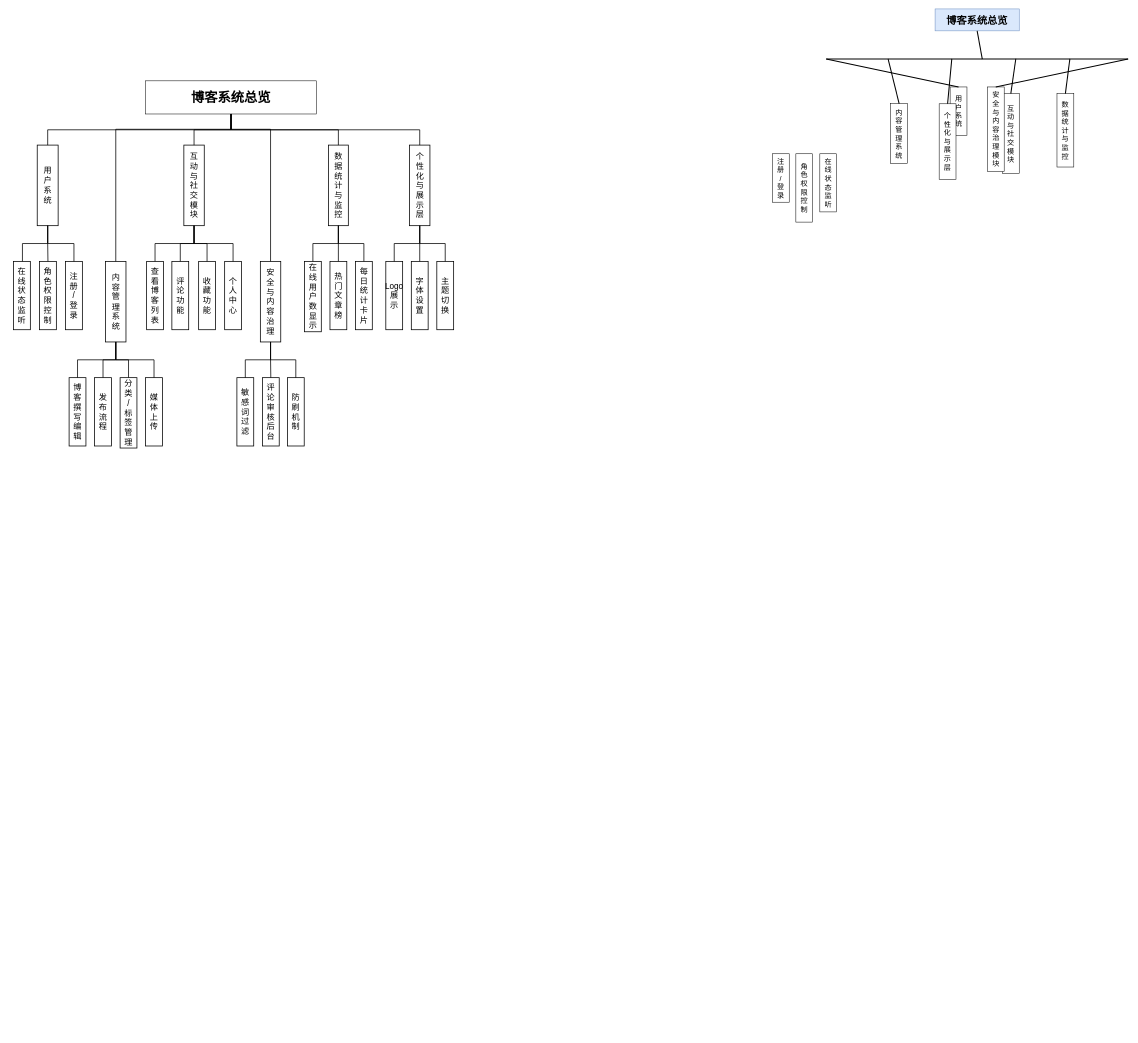
This is xingji_blog_website.drawio from xingji-i/web_service_projects, a draw.io file, before an edit. Source tidied: cells renumbered, new cells numbered last; positions are measured from the earlier drawing's top-left corner, leaving out a move shared by most shapes. Both pictures are drawn from the tidied source at 51%, with x=0, y=0 at pixel (13, 9).
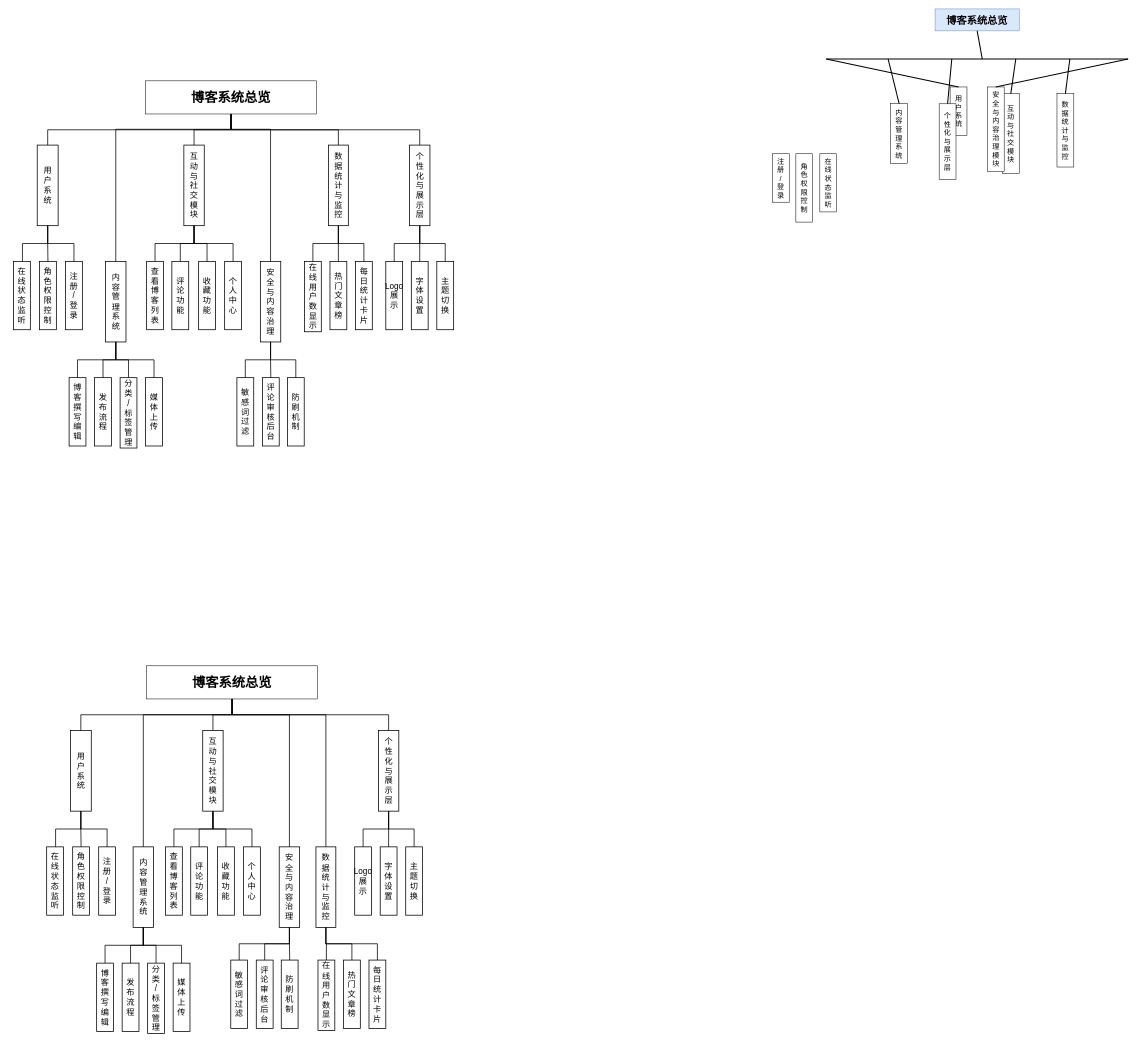
After the change.

Change to the diagram source:
```diff
@@
+    <mxCell id="77" value="&lt;font style=&quot;font-size: 26px;&quot;&gt;&lt;b style=&quot;&quot;&gt;博客系统总览&lt;/b&gt;&lt;/font&gt;" style="rounded=0;whiteSpace=wrap;html=1;fillStyle=auto;" parent="1" vertex="1">
+      <mxGeometry x="261" y="1288" width="335" height="65" as="geometry" />
+    </mxCell>
+    <mxCell id="78" value="&lt;font&gt;用&lt;/font&gt;&lt;div&gt;&lt;font&gt;户&lt;/font&gt;&lt;/div&gt;&lt;div&gt;&lt;font&gt;系&lt;/font&gt;&lt;/div&gt;&lt;div&gt;&lt;font&gt;统&lt;/font&gt;&lt;/div&gt;" style="rounded=0;whiteSpace=wrap;html=1;align=center;strokeWidth=1.5;fontSize=16;" parent="1" vertex="1">
+      <mxGeometry x="111.5" y="1415" width="41" height="158" as="geometry" />
+    </mxCell>
+    <mxCell id="79" value="&lt;span&gt;内&lt;/span&gt;&lt;div&gt;&lt;span&gt;容&lt;/span&gt;&lt;/div&gt;&lt;div&gt;&lt;span&gt;管&lt;/span&gt;&lt;/div&gt;&lt;div&gt;&lt;span&gt;理&lt;/span&gt;&lt;/div&gt;&lt;div&gt;&lt;span&gt;系&lt;/span&gt;&lt;/div&gt;&lt;div&gt;&lt;span&gt;统&lt;/span&gt;&lt;/div&gt;" style="rounded=0;whiteSpace=wrap;html=1;align=center;strokeWidth=1.5;fontSize=16;" parent="1" vertex="1">
+      <mxGeometry x="234.5" y="1643" width="40" height="158" as="geometry" />
+    </mxCell>
+    <mxCell id="80" value="&lt;span&gt;互&lt;/span&gt;&lt;div&gt;&lt;span&gt;动&lt;/span&gt;&lt;/div&gt;&lt;div&gt;&lt;span&gt;与&lt;/span&gt;&lt;/div&gt;&lt;div&gt;&lt;span&gt;社&lt;/span&gt;&lt;/div&gt;&lt;div&gt;&lt;span&gt;交&lt;/span&gt;&lt;/div&gt;&lt;div&gt;&lt;span&gt;模&lt;/span&gt;&lt;/div&gt;&lt;div&gt;&lt;span&gt;块&lt;/span&gt;&lt;/div&gt;" style="rounded=0;whiteSpace=wrap;html=1;align=center;strokeWidth=1.5;fontSize=16;" parent="1" vertex="1">
+      <mxGeometry x="371" y="1415" width="40" height="158" as="geometry" />
+    </mxCell>
+    <mxCell id="81" value="&lt;span&gt;安&lt;/span&gt;&lt;div&gt;&lt;span&gt;全&lt;/span&gt;&lt;/div&gt;&lt;div&gt;&lt;span&gt;与&lt;/span&gt;&lt;/div&gt;&lt;div&gt;&lt;span&gt;内&lt;/span&gt;&lt;/div&gt;&lt;div&gt;&lt;span&gt;容&lt;/span&gt;&lt;/div&gt;&lt;div&gt;&lt;span&gt;治&lt;/span&gt;&lt;/div&gt;&lt;div&gt;&lt;span&gt;理&lt;/span&gt;&lt;/div&gt;" style="rounded=0;whiteSpace=wrap;html=1;align=center;strokeWidth=1.5;fontSize=16;" parent="1" vertex="1">
+      <mxGeometry x="521" y="1643" width="40" height="158" as="geometry" />
+    </mxCell>
+    <mxCell id="82" value="&lt;span&gt;在&lt;/span&gt;&lt;div&gt;&lt;span&gt;线&lt;/span&gt;&lt;/div&gt;&lt;div&gt;&lt;span&gt;状&lt;/span&gt;&lt;/div&gt;&lt;div&gt;&lt;span&gt;态&lt;/span&gt;&lt;/div&gt;&lt;div&gt;&lt;span&gt;监&lt;/span&gt;&lt;/div&gt;&lt;div&gt;&lt;span&gt;听&lt;/span&gt;&lt;/div&gt;" style="rounded=0;whiteSpace=wrap;html=1;align=center;strokeWidth=1.5;fontSize=16;" parent="1" vertex="1">
+      <mxGeometry x="65" y="1643" width="33" height="134" as="geometry" />
+    </mxCell>
+    <mxCell id="83" value="&lt;span&gt;角&lt;/span&gt;&lt;div&gt;&lt;span&gt;色&lt;/span&gt;&lt;/div&gt;&lt;div&gt;&lt;span&gt;权&lt;/span&gt;&lt;/div&gt;&lt;div&gt;&lt;span&gt;限&lt;/span&gt;&lt;/div&gt;&lt;div&gt;&lt;span&gt;控&lt;/span&gt;&lt;/div&gt;&lt;div&gt;&lt;span&gt;制&lt;/span&gt;&lt;/div&gt;" style="rounded=0;whiteSpace=wrap;html=1;align=center;strokeWidth=1.5;fontSize=16;" parent="1" vertex="1">
+      <mxGeometry x="116" y="1643" width="33" height="134" as="geometry" />
+    </mxCell>
+    <mxCell id="84" value="&lt;span&gt;数&lt;/span&gt;&lt;div&gt;&lt;span&gt;据&lt;/span&gt;&lt;/div&gt;&lt;div&gt;&lt;span&gt;统&lt;/span&gt;&lt;/div&gt;&lt;div&gt;&lt;span&gt;计&lt;/span&gt;&lt;/div&gt;&lt;div&gt;&lt;span&gt;与&lt;/span&gt;&lt;/div&gt;&lt;div&gt;&lt;span&gt;监&lt;/span&gt;&lt;/div&gt;&lt;div&gt;&lt;span&gt;控&lt;/span&gt;&lt;/div&gt;" style="rounded=0;whiteSpace=wrap;html=1;align=center;strokeWidth=1.5;fontSize=16;" parent="1" vertex="1">
+      <mxGeometry x="593" y="1643" width="39" height="158" as="geometry" />
+    </mxCell>
+    <mxCell id="85" value="&lt;span&gt;注&lt;/span&gt;&lt;div&gt;&lt;span&gt;册&lt;/span&gt;&lt;/div&gt;&lt;div&gt;&lt;span&gt;/&lt;/span&gt;&lt;/div&gt;&lt;div&gt;&lt;span&gt;登&lt;/span&gt;&lt;/div&gt;&lt;div&gt;&lt;span&gt;录&lt;/span&gt;&lt;/div&gt;" style="rounded=0;whiteSpace=wrap;html=1;align=center;strokeWidth=1.5;fontSize=16;" parent="1" vertex="1">
+      <mxGeometry x="167" y="1643" width="33" height="134" as="geometry" />
+    </mxCell>
+    <mxCell id="86" value="&lt;span&gt;博&lt;/span&gt;&lt;div&gt;&lt;span&gt;客&lt;/span&gt;&lt;/div&gt;&lt;div&gt;&lt;span&gt;撰&lt;/span&gt;&lt;/div&gt;&lt;div&gt;&lt;span&gt;写&lt;/span&gt;&lt;/div&gt;&lt;div&gt;&lt;span&gt;编&lt;/span&gt;&lt;/div&gt;&lt;div&gt;&lt;span&gt;辑&lt;/span&gt;&lt;/div&gt;" style="rounded=0;whiteSpace=wrap;html=1;align=center;strokeWidth=1.5;fontSize=16;" parent="1" vertex="1">
+      <mxGeometry x="163" y="1871" width="33" height="134" as="geometry" />
+    </mxCell>
+    <mxCell id="87" value="&lt;span&gt;个&lt;/span&gt;&lt;div&gt;&lt;span&gt;性&lt;/span&gt;&lt;/div&gt;&lt;div&gt;&lt;span&gt;化&lt;/span&gt;&lt;/div&gt;&lt;div&gt;&lt;span&gt;与&lt;/span&gt;&lt;/div&gt;&lt;div&gt;&lt;span&gt;展&lt;/span&gt;&lt;/div&gt;&lt;div&gt;&lt;span&gt;示&lt;/span&gt;&lt;/div&gt;&lt;div&gt;&lt;span&gt;层&lt;/span&gt;&lt;/div&gt;" style="rounded=0;whiteSpace=wrap;html=1;align=center;strokeWidth=1.5;fontSize=16;" parent="1" vertex="1">
+      <mxGeometry x="715.5" y="1415" width="40" height="158" as="geometry" />
+    </mxCell>
+    <mxCell id="88" style="edgeStyle=none;curved=1;rounded=0;orthogonalLoop=1;jettySize=auto;html=1;exitX=0;exitY=0.5;exitDx=0;exitDy=0;fontSize=16;startSize=8;endSize=8;strokeWidth=1.5;" parent="1" edge="1" source="82" target="82">
+      <mxGeometry relative="1" as="geometry" />
+    </mxCell>
+    <mxCell id="89" value="&lt;span&gt;发&lt;/span&gt;&lt;div&gt;&lt;span&gt;布&lt;/span&gt;&lt;/div&gt;&lt;div&gt;&lt;span&gt;流&lt;/span&gt;&lt;/div&gt;&lt;div&gt;&lt;span&gt;程&lt;/span&gt;&lt;/div&gt;" style="rounded=0;whiteSpace=wrap;html=1;align=center;strokeWidth=1.5;fontSize=16;" parent="1" vertex="1">
+      <mxGeometry x="213" y="1871" width="33" height="134" as="geometry" />
+    </mxCell>
+    <mxCell id="90" value="&lt;span&gt;分&lt;/span&gt;&lt;div&gt;&lt;span&gt;类&lt;/span&gt;&lt;/div&gt;&lt;div&gt;&lt;span&gt;/&lt;/span&gt;&lt;/div&gt;&lt;div&gt;&lt;span&gt;标&lt;/span&gt;&lt;/div&gt;&lt;div&gt;&lt;span&gt;签&lt;/span&gt;&lt;/div&gt;&lt;div&gt;&lt;span&gt;管&lt;/span&gt;&lt;/div&gt;&lt;div&gt;&lt;span&gt;理&lt;/span&gt;&lt;/div&gt;" style="rounded=0;whiteSpace=wrap;html=1;align=center;strokeWidth=1.5;fontSize=16;" parent="1" vertex="1">
+      <mxGeometry x="263" y="1871" width="33" height="138" as="geometry" />
+    </mxCell>
+    <mxCell id="91" value="&lt;span&gt;媒&lt;/span&gt;&lt;div&gt;&lt;span&gt;体&lt;/span&gt;&lt;/div&gt;&lt;div&gt;&lt;span&gt;上&lt;/span&gt;&lt;/div&gt;&lt;div&gt;&lt;span&gt;传&lt;/span&gt;&lt;/div&gt;" style="rounded=0;whiteSpace=wrap;html=1;align=center;strokeWidth=1.5;fontSize=16;" parent="1" vertex="1">
+      <mxGeometry x="313" y="1871" width="33" height="134" as="geometry" />
+    </mxCell>
+    <mxCell id="92" value="&lt;span&gt;在&lt;/span&gt;&lt;div&gt;&lt;span&gt;线&lt;/span&gt;&lt;/div&gt;&lt;div&gt;&lt;span&gt;用&lt;/span&gt;&lt;/div&gt;&lt;div&gt;&lt;span&gt;户&lt;/span&gt;&lt;/div&gt;&lt;div&gt;&lt;span&gt;数&lt;/span&gt;&lt;/div&gt;&lt;div&gt;&lt;span&gt;显&lt;/span&gt;&lt;/div&gt;&lt;div&gt;&lt;span&gt;示&lt;/span&gt;&lt;/div&gt;" style="rounded=0;whiteSpace=wrap;html=1;align=center;strokeWidth=1.5;fontSize=16;" parent="1" vertex="1">
+      <mxGeometry x="597" y="1865" width="33" height="138" as="geometry" />
+    </mxCell>
+    <mxCell id="93" value="&lt;span&gt;热&lt;/span&gt;&lt;div&gt;&lt;span&gt;门&lt;/span&gt;&lt;/div&gt;&lt;div&gt;&lt;span&gt;文&lt;/span&gt;&lt;/div&gt;&lt;div&gt;&lt;span&gt;章&lt;/span&gt;&lt;/div&gt;&lt;div&gt;&lt;span&gt;榜&lt;/span&gt;&lt;/div&gt;" style="rounded=0;whiteSpace=wrap;html=1;align=center;strokeWidth=1.5;fontSize=16;" parent="1" vertex="1">
+      <mxGeometry x="647" y="1865" width="33" height="134" as="geometry" />
+    </mxCell>
+    <mxCell id="94" value="&lt;span&gt;每&lt;/span&gt;&lt;div&gt;&lt;span&gt;日&lt;/span&gt;&lt;/div&gt;&lt;div&gt;&lt;span&gt;统&lt;/span&gt;&lt;/div&gt;&lt;div&gt;&lt;span&gt;计&lt;/span&gt;&lt;/div&gt;&lt;div&gt;&lt;span&gt;卡&lt;/span&gt;&lt;/div&gt;&lt;div&gt;&lt;span&gt;片&lt;/span&gt;&lt;/div&gt;" style="rounded=0;whiteSpace=wrap;html=1;align=center;strokeWidth=1.5;fontSize=16;" parent="1" vertex="1">
+      <mxGeometry x="697" y="1865" width="33" height="134" as="geometry" />
+    </mxCell>
+    <mxCell id="95" value="&lt;span&gt;敏&lt;/span&gt;&lt;div&gt;&lt;span&gt;感&lt;/span&gt;&lt;/div&gt;&lt;div&gt;&lt;span&gt;词&lt;/span&gt;&lt;/div&gt;&lt;div&gt;&lt;span&gt;过&lt;/span&gt;&lt;/div&gt;&lt;div&gt;&lt;span&gt;滤&lt;/span&gt;&lt;/div&gt;" style="rounded=0;whiteSpace=wrap;html=1;align=center;strokeWidth=1.5;fontSize=16;" parent="1" vertex="1">
+      <mxGeometry x="426" y="1865" width="33" height="134" as="geometry" />
+    </mxCell>
+    <mxCell id="96" style="edgeStyle=none;curved=1;rounded=0;orthogonalLoop=1;jettySize=auto;html=1;exitX=0;exitY=0.5;exitDx=0;exitDy=0;fontSize=16;startSize=8;endSize=8;strokeWidth=1.5;" parent="1" edge="1" source="92" target="92">
+      <mxGeometry relative="1" as="geometry" />
+    </mxCell>
+    <mxCell id="97" value="&lt;span&gt;评&lt;/span&gt;&lt;div&gt;&lt;span&gt;论&lt;/span&gt;&lt;/div&gt;&lt;div&gt;&lt;span&gt;审&lt;/span&gt;&lt;/div&gt;&lt;div&gt;&lt;span&gt;核&lt;/span&gt;&lt;/div&gt;&lt;div&gt;&lt;span&gt;后&lt;/span&gt;&lt;/div&gt;&lt;div&gt;&lt;span&gt;台&lt;/span&gt;&lt;/div&gt;" style="rounded=0;whiteSpace=wrap;html=1;align=center;strokeWidth=1.5;fontSize=16;" parent="1" vertex="1">
+      <mxGeometry x="476" y="1865" width="33" height="134" as="geometry" />
+    </mxCell>
+    <mxCell id="98" value="&lt;span&gt;防&lt;/span&gt;&lt;div&gt;&lt;span&gt;刷&lt;/span&gt;&lt;/div&gt;&lt;div&gt;&lt;span&gt;机&lt;/span&gt;&lt;/div&gt;&lt;div&gt;&lt;span&gt;制&lt;/span&gt;&lt;/div&gt;" style="rounded=0;whiteSpace=wrap;html=1;align=center;strokeWidth=1.5;fontSize=16;" parent="1" vertex="1">
+      <mxGeometry x="525" y="1865" width="33" height="134" as="geometry" />
+    </mxCell>
+    <mxCell id="99" value="&lt;span&gt;Logo&lt;/span&gt;&lt;div&gt;&lt;span&gt;展&lt;/span&gt;&lt;/div&gt;&lt;div&gt;&lt;span&gt;示&lt;/span&gt;&lt;/div&gt;" style="rounded=0;whiteSpace=wrap;html=1;align=center;strokeWidth=1.5;fontSize=16;" parent="1" vertex="1">
+      <mxGeometry x="669" y="1643" width="33" height="134" as="geometry" />
+    </mxCell>
+    <mxCell id="100" value="&lt;span&gt;字&lt;/span&gt;&lt;div&gt;&lt;span&gt;体&lt;/span&gt;&lt;/div&gt;&lt;div&gt;&lt;span&gt;设&lt;/span&gt;&lt;/div&gt;&lt;div&gt;&lt;span&gt;置&lt;/span&gt;&lt;/div&gt;" style="rounded=0;whiteSpace=wrap;html=1;align=center;strokeWidth=1.5;fontSize=16;" parent="1" vertex="1">
+      <mxGeometry x="719" y="1643" width="33" height="134" as="geometry" />
+    </mxCell>
+    <mxCell id="101" value="&lt;span&gt;主&lt;/span&gt;&lt;div&gt;&lt;span&gt;题&lt;/span&gt;&lt;/div&gt;&lt;div&gt;&lt;span&gt;切&lt;/span&gt;&lt;/div&gt;&lt;div&gt;&lt;span&gt;换&lt;/span&gt;&lt;/div&gt;" style="rounded=0;whiteSpace=wrap;html=1;align=center;strokeWidth=1.5;fontSize=16;" parent="1" vertex="1">
+      <mxGeometry x="769" y="1643" width="33" height="134" as="geometry" />
+    </mxCell>
+    <mxCell id="102" value="&lt;span&gt;查&lt;/span&gt;&lt;div&gt;&lt;span&gt;看&lt;/span&gt;&lt;/div&gt;&lt;div&gt;&lt;span&gt;博&lt;/span&gt;&lt;/div&gt;&lt;div&gt;&lt;span&gt;客&lt;/span&gt;&lt;/div&gt;&lt;div&gt;&lt;span&gt;列&lt;/span&gt;&lt;/div&gt;&lt;div&gt;&lt;span&gt;表&lt;/span&gt;&lt;/div&gt;" style="rounded=0;whiteSpace=wrap;html=1;align=center;strokeWidth=1.5;fontSize=16;" parent="1" vertex="1">
+      <mxGeometry x="298" y="1643" width="33" height="134" as="geometry" />
+    </mxCell>
+    <mxCell id="103" style="edgeStyle=none;curved=1;rounded=0;orthogonalLoop=1;jettySize=auto;html=1;exitX=0;exitY=0.5;exitDx=0;exitDy=0;fontSize=16;startSize=8;endSize=8;strokeWidth=1.5;" parent="1" edge="1" source="99" target="99">
+      <mxGeometry relative="1" as="geometry" />
+    </mxCell>
+    <mxCell id="104" value="&lt;span&gt;评&lt;/span&gt;&lt;div&gt;&lt;span&gt;论&lt;/span&gt;&lt;/div&gt;&lt;div&gt;&lt;span&gt;功&lt;/span&gt;&lt;/div&gt;&lt;div&gt;&lt;span&gt;能&lt;/span&gt;&lt;/div&gt;" style="rounded=0;whiteSpace=wrap;html=1;align=center;strokeWidth=1.5;fontSize=16;" parent="1" vertex="1">
+      <mxGeometry x="347.5" y="1643" width="33" height="134" as="geometry" />
+    </mxCell>
+    <mxCell id="105" value="&lt;span&gt;收&lt;/span&gt;&lt;div&gt;&lt;span&gt;藏&lt;/span&gt;&lt;/div&gt;&lt;div&gt;&lt;span&gt;功&lt;/span&gt;&lt;/div&gt;&lt;div&gt;&lt;span&gt;能&lt;/span&gt;&lt;/div&gt;" style="rounded=0;whiteSpace=wrap;html=1;align=center;strokeWidth=1.5;fontSize=16;" parent="1" vertex="1">
+      <mxGeometry x="400" y="1643" width="33" height="134" as="geometry" />
+    </mxCell>
+    <mxCell id="106" value="&lt;span&gt;个&lt;/span&gt;&lt;div&gt;&lt;span&gt;人&lt;/span&gt;&lt;/div&gt;&lt;div&gt;&lt;span&gt;中&lt;/span&gt;&lt;/div&gt;&lt;div&gt;&lt;span&gt;心&lt;/span&gt;&lt;/div&gt;" style="rounded=0;whiteSpace=wrap;html=1;align=center;strokeWidth=1.5;fontSize=16;" parent="1" vertex="1">
+      <mxGeometry x="451" y="1643" width="33" height="134" as="geometry" />
+    </mxCell>
+    <mxCell id="107" style="edgeStyle=elbowEdgeStyle;elbow=vertical;endArrow=none;html=1;curved=0;rounded=0;endSize=8;startSize=8;fontSize=16;exitX=0.5;exitY=1;exitDx=0;exitDy=0;entryX=0.5;entryY=0;entryDx=0;entryDy=0;endFill=0;strokeWidth=1.5;" parent="1" edge="1" source="78" target="85">
+      <mxGeometry relative="1" as="geometry" />
+    </mxCell>
+    <mxCell id="108" style="edgeStyle=elbowEdgeStyle;elbow=vertical;endArrow=none;html=1;curved=0;rounded=0;endSize=8;startSize=8;fontSize=16;exitX=0.5;exitY=1;exitDx=0;exitDy=0;entryX=0.5;entryY=0;entryDx=0;entryDy=0;endFill=0;strokeWidth=1.5;" parent="1" edge="1" source="78" target="83">
+      <mxGeometry relative="1" as="geometry" />
+    </mxCell>
+    <mxCell id="109" style="edgeStyle=elbowEdgeStyle;elbow=vertical;endArrow=none;html=1;curved=0;rounded=0;endSize=8;startSize=8;fontSize=16;exitX=0.5;exitY=1;exitDx=0;exitDy=0;entryX=0.5;entryY=0;entryDx=0;entryDy=0;endFill=0;strokeWidth=1.5;" parent="1" edge="1" source="78">
+      <mxGeometry relative="1" as="geometry">
+        <mxPoint x="82.5" y="1643" as="targetPoint" />
+      </mxGeometry>
+    </mxCell>
+    <mxCell id="110" style="edgeStyle=elbowEdgeStyle;elbow=vertical;endArrow=none;html=1;curved=0;rounded=0;endSize=8;startSize=8;fontSize=16;exitX=0.5;exitY=1;exitDx=0;exitDy=0;entryX=0.5;entryY=0;entryDx=0;entryDy=0;endFill=0;strokeWidth=1.5;" parent="1" edge="1" source="79" target="86">
+      <mxGeometry relative="1" as="geometry" />
+    </mxCell>
+    <mxCell id="111" style="edgeStyle=elbowEdgeStyle;elbow=vertical;endArrow=none;html=1;curved=0;rounded=0;endSize=8;startSize=8;fontSize=16;exitX=0.5;exitY=1;exitDx=0;exitDy=0;entryX=0.5;entryY=0;entryDx=0;entryDy=0;endFill=0;strokeWidth=1.5;" parent="1" edge="1" source="79" target="89">
+      <mxGeometry relative="1" as="geometry" />
+    </mxCell>
+    <mxCell id="112" style="edgeStyle=elbowEdgeStyle;elbow=vertical;endArrow=none;html=1;curved=0;rounded=0;endSize=8;startSize=8;fontSize=16;exitX=0.5;exitY=1;exitDx=0;exitDy=0;entryX=0.5;entryY=0;entryDx=0;entryDy=0;endFill=0;strokeWidth=1.5;" parent="1" edge="1" source="79" target="90">
+      <mxGeometry relative="1" as="geometry" />
+    </mxCell>
+    <mxCell id="113" style="edgeStyle=elbowEdgeStyle;elbow=vertical;endArrow=none;html=1;curved=0;rounded=0;endSize=8;startSize=8;fontSize=16;exitX=0.5;exitY=1;exitDx=0;exitDy=0;entryX=0.5;entryY=0;entryDx=0;entryDy=0;endFill=0;strokeWidth=1.5;" parent="1" edge="1" source="79" target="91">
+      <mxGeometry relative="1" as="geometry" />
+    </mxCell>
+    <mxCell id="114" style="edgeStyle=elbowEdgeStyle;elbow=vertical;endArrow=none;html=1;curved=0;rounded=0;endSize=8;startSize=8;fontSize=16;exitX=0.5;exitY=1;exitDx=0;exitDy=0;entryX=0.5;entryY=0;entryDx=0;entryDy=0;strokeWidth=1.5;endFill=0;" parent="1" edge="1" source="87" target="101">
+      <mxGeometry relative="1" as="geometry" />
+    </mxCell>
+    <mxCell id="115" style="edgeStyle=elbowEdgeStyle;elbow=vertical;endArrow=none;html=1;curved=0;rounded=0;endSize=8;startSize=8;fontSize=16;exitX=0.5;exitY=1;exitDx=0;exitDy=0;entryX=0.5;entryY=0;entryDx=0;entryDy=0;strokeWidth=1.5;endFill=0;" parent="1" edge="1" source="87" target="100">
+      <mxGeometry relative="1" as="geometry" />
+    </mxCell>
+    <mxCell id="116" style="edgeStyle=elbowEdgeStyle;elbow=vertical;endArrow=none;html=1;curved=0;rounded=0;endSize=8;startSize=8;fontSize=16;exitX=0.5;exitY=1;exitDx=0;exitDy=0;entryX=0.5;entryY=0;entryDx=0;entryDy=0;strokeWidth=1.5;endFill=0;" parent="1" edge="1" source="87" target="99">
+      <mxGeometry relative="1" as="geometry" />
+    </mxCell>
+    <mxCell id="117" style="edgeStyle=elbowEdgeStyle;elbow=vertical;endArrow=none;html=1;curved=0;rounded=0;endSize=8;startSize=8;fontSize=16;exitX=0.5;exitY=1;exitDx=0;exitDy=0;entryX=0.5;entryY=0;entryDx=0;entryDy=0;endFill=0;strokeWidth=1.5;" parent="1" edge="1" source="80" target="102">
+      <mxGeometry relative="1" as="geometry" />
+    </mxCell>
+    <mxCell id="118" style="edgeStyle=elbowEdgeStyle;elbow=vertical;endArrow=none;html=1;curved=0;rounded=0;endSize=8;startSize=8;fontSize=16;exitX=0.5;exitY=1;exitDx=0;exitDy=0;entryX=0.5;entryY=0;entryDx=0;entryDy=0;endFill=0;strokeWidth=1.5;" parent="1" edge="1" source="80" target="104">
+      <mxGeometry relative="1" as="geometry" />
+    </mxCell>
+    <mxCell id="119" style="edgeStyle=elbowEdgeStyle;elbow=vertical;endArrow=none;html=1;curved=0;rounded=0;endSize=8;startSize=8;fontSize=16;exitX=0.5;exitY=1;exitDx=0;exitDy=0;entryX=0.5;entryY=0;entryDx=0;entryDy=0;endFill=0;strokeWidth=1.5;" parent="1" edge="1" source="80" target="105">
+      <mxGeometry relative="1" as="geometry" />
+    </mxCell>
+    <mxCell id="120" style="edgeStyle=elbowEdgeStyle;elbow=vertical;endArrow=none;html=1;curved=0;rounded=0;endSize=8;startSize=8;fontSize=16;exitX=0.5;exitY=1;exitDx=0;exitDy=0;entryX=0.5;entryY=0;entryDx=0;entryDy=0;endFill=0;strokeWidth=1.5;" parent="1" edge="1" source="80" target="106">
+      <mxGeometry relative="1" as="geometry" />
+    </mxCell>
+    <mxCell id="121" style="edgeStyle=elbowEdgeStyle;elbow=vertical;endArrow=none;html=1;curved=0;rounded=0;endSize=8;startSize=8;fontSize=16;exitX=0.5;exitY=1;exitDx=0;exitDy=0;entryX=0.5;entryY=0;entryDx=0;entryDy=0;strokeWidth=1.5;endFill=0;" parent="1" edge="1" source="84" target="92">
+      <mxGeometry relative="1" as="geometry" />
+    </mxCell>
+    <mxCell id="122" style="edgeStyle=elbowEdgeStyle;elbow=vertical;endArrow=none;html=1;curved=0;rounded=0;endSize=8;startSize=8;fontSize=16;exitX=0.5;exitY=1;exitDx=0;exitDy=0;entryX=0.5;entryY=0;entryDx=0;entryDy=0;strokeWidth=1.5;endFill=0;" parent="1" edge="1" source="84" target="93">
+      <mxGeometry relative="1" as="geometry" />
+    </mxCell>
+    <mxCell id="123" style="edgeStyle=elbowEdgeStyle;elbow=vertical;endArrow=none;html=1;curved=0;rounded=0;endSize=8;startSize=8;fontSize=16;exitX=0.5;exitY=1;exitDx=0;exitDy=0;entryX=0.5;entryY=0;entryDx=0;entryDy=0;strokeWidth=1.5;endFill=0;" parent="1" edge="1" source="84" target="94">
+      <mxGeometry relative="1" as="geometry" />
+    </mxCell>
+    <mxCell id="124" style="edgeStyle=elbowEdgeStyle;elbow=vertical;endArrow=none;html=1;curved=0;rounded=0;endSize=8;startSize=8;fontSize=16;exitX=0.5;exitY=1;exitDx=0;exitDy=0;entryX=0.5;entryY=0;entryDx=0;entryDy=0;strokeWidth=1.5;endFill=0;" parent="1" edge="1" source="81" target="98">
+      <mxGeometry relative="1" as="geometry" />
+    </mxCell>
+    <mxCell id="125" style="edgeStyle=elbowEdgeStyle;elbow=vertical;endArrow=none;html=1;curved=0;rounded=0;endSize=8;startSize=8;fontSize=16;exitX=0.5;exitY=1;exitDx=0;exitDy=0;entryX=0.5;entryY=0;entryDx=0;entryDy=0;strokeWidth=1.5;endFill=0;" parent="1" edge="1" source="81" target="97">
+      <mxGeometry relative="1" as="geometry" />
+    </mxCell>
+    <mxCell id="126" style="edgeStyle=elbowEdgeStyle;elbow=vertical;endArrow=none;html=1;curved=0;rounded=0;endSize=8;startSize=8;fontSize=16;exitX=0.5;exitY=1;exitDx=0;exitDy=0;entryX=0.5;entryY=0;entryDx=0;entryDy=0;strokeWidth=1.5;endFill=0;" parent="1" edge="1" source="81" target="95">
+      <mxGeometry relative="1" as="geometry" />
+    </mxCell>
+    <mxCell id="127" style="edgeStyle=elbowEdgeStyle;elbow=vertical;endArrow=none;html=1;curved=0;rounded=0;endSize=8;startSize=8;fontSize=12;exitX=0.5;exitY=1;exitDx=0;exitDy=0;entryX=0.5;entryY=0;entryDx=0;entryDy=0;strokeWidth=1.5;endFill=0;" parent="1" edge="1" source="77" target="78">
+      <mxGeometry relative="1" as="geometry" />
+    </mxCell>
+    <mxCell id="128" style="edgeStyle=elbowEdgeStyle;elbow=vertical;endArrow=none;html=1;curved=0;rounded=0;endSize=8;startSize=8;fontSize=12;exitX=0.5;exitY=1;exitDx=0;exitDy=0;entryX=0.5;entryY=0;entryDx=0;entryDy=0;strokeWidth=1.5;endFill=0;" parent="1" edge="1" source="77" target="79">
+      <mxGeometry relative="1" as="geometry">
+        <Array as="points">
+          <mxPoint x="342" y="1384" />
+        </Array>
+      </mxGeometry>
+    </mxCell>
+    <mxCell id="129" style="edgeStyle=elbowEdgeStyle;elbow=vertical;endArrow=none;html=1;curved=0;rounded=0;endSize=8;startSize=8;fontSize=12;exitX=0.5;exitY=1;exitDx=0;exitDy=0;entryX=0.5;entryY=0;entryDx=0;entryDy=0;strokeWidth=1.5;endFill=0;" parent="1" edge="1" source="77" target="87">
+      <mxGeometry relative="1" as="geometry" />
+    </mxCell>
+    <mxCell id="130" style="edgeStyle=elbowEdgeStyle;elbow=vertical;endArrow=none;html=1;curved=0;rounded=0;endSize=8;startSize=8;fontSize=12;exitX=0.5;exitY=1;exitDx=0;exitDy=0;entryX=0.5;entryY=0;entryDx=0;entryDy=0;strokeWidth=1.5;endFill=0;" parent="1" edge="1" source="77" target="80">
+      <mxGeometry relative="1" as="geometry" />
+    </mxCell>
+    <mxCell id="131" style="edgeStyle=elbowEdgeStyle;elbow=vertical;endArrow=none;html=1;curved=0;rounded=0;endSize=8;startSize=8;fontSize=12;exitX=0.5;exitY=1;exitDx=0;exitDy=0;entryX=0.5;entryY=0;entryDx=0;entryDy=0;strokeWidth=1.5;endFill=0;" parent="1" edge="1" source="77" target="84">
+      <mxGeometry relative="1" as="geometry">
+        <Array as="points">
+          <mxPoint x="538" y="1384" />
+        </Array>
+      </mxGeometry>
+    </mxCell>
+    <mxCell id="132" style="edgeStyle=elbowEdgeStyle;elbow=vertical;endArrow=none;html=1;curved=0;rounded=0;endSize=8;startSize=8;fontSize=12;exitX=0.5;exitY=1;exitDx=0;exitDy=0;entryX=0.5;entryY=0;entryDx=0;entryDy=0;strokeWidth=1.5;endFill=0;" parent="1" edge="1" source="77" target="81">
+      <mxGeometry relative="1" as="geometry">
+        <Array as="points">
+          <mxPoint x="502" y="1384" />
+        </Array>
+      </mxGeometry>
+    </mxCell>
```
